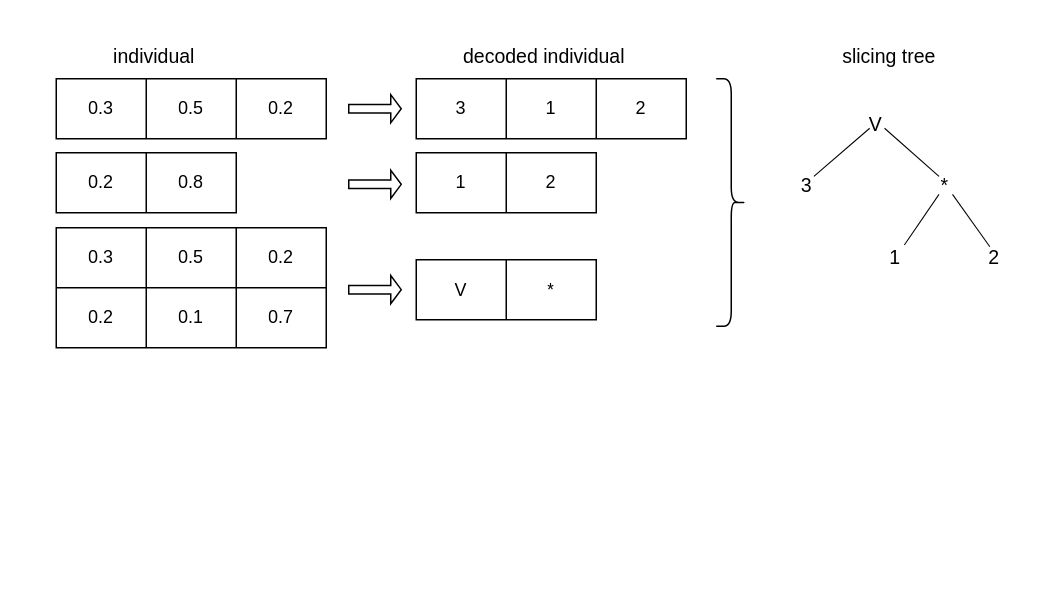
Earlier version of the draw.io diagram src/presentation/img/decoding-step.drawio (TaIos/master-thesis). Source tidied: cells renumbered, new cells numbered last; positions are measured from the earlier drawing's top-left corner, leaving out a move shared by most shapes. Both pictures are drawn from the tidied source at 150%, with x=0, y=0 at pixel (56, 33).
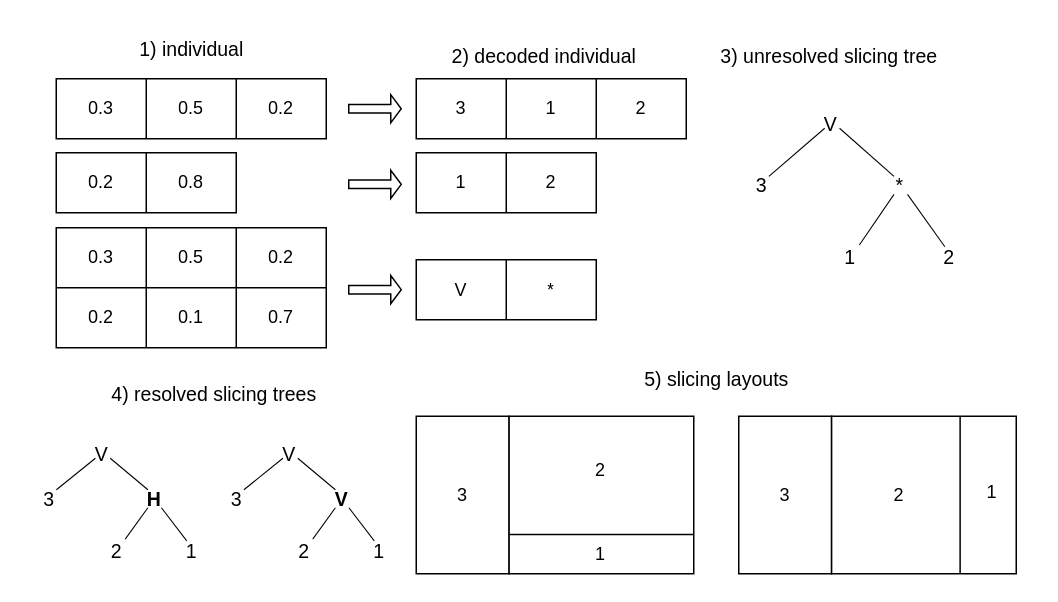
Above is the later version.

The edit, as a diff of the source:
```diff
@@
-    <mxCell id="36" style="shape=curlyBracket;whiteSpace=wrap;html=1;rounded=1;flipH=1;labelPosition=right;verticalLabelPosition=middle;align=left;verticalAlign=middle;" parent="1" vertex="1">
-      <mxGeometry x="440" y="30" width="20" height="165" as="geometry" />
-    </mxCell>
-    <mxCell id="37" value="&lt;font style=&quot;font-size: 13px;&quot;&gt;slicing tree&lt;/font&gt;" style="text;html=1;align=center;verticalAlign=middle;strokeColor=none;fillColor=none;fontSize=13;fontFamily=Helvetica;fontColor=none;" parent="1" vertex="1">
-      <mxGeometry x="510" width="90" height="30" as="geometry" />
+    <mxCell id="37" value="&lt;font style=&quot;font-size: 13px;&quot;&gt;3) unresolved slicing tree&lt;/font&gt;" style="text;html=1;align=center;verticalAlign=middle;strokeColor=none;fillColor=none;fontSize=13;fontFamily=Helvetica;fontColor=none;" parent="1" vertex="1">
+      <mxGeometry x="430" width="170" height="30" as="geometry" />
     </mxCell>
-    <mxCell id="38" value="&lt;font style=&quot;font-size: 13px;&quot;&gt;individual&lt;/font&gt;" style="text;html=1;align=center;verticalAlign=middle;strokeColor=none;fillColor=none;fontSize=13;fontFamily=Helvetica;fontColor=none;" parent="1" vertex="1">
-      <mxGeometry x="25" width="80" height="30" as="geometry" />
+    <mxCell id="38" value="&lt;font style=&quot;font-size: 13px;&quot;&gt;1) individual&lt;/font&gt;" style="text;html=1;align=center;verticalAlign=middle;strokeColor=none;fillColor=none;fontSize=13;fontFamily=Helvetica;fontColor=none;" parent="1" vertex="1">
+      <mxGeometry x="45" y="-5" width="90" height="30" as="geometry" />
     </mxCell>
-    <mxCell id="39" value="decoded individual" style="text;html=1;align=center;verticalAlign=middle;strokeColor=none;fillColor=none;fontSize=13;fontFamily=Helvetica;fontColor=none;" parent="1" vertex="1">
-      <mxGeometry x="260" width="130" height="30" as="geometry" />
+    <mxCell id="39" value="2) decoded individual" style="text;html=1;align=center;verticalAlign=middle;strokeColor=none;fillColor=none;fontSize=13;fontFamily=Helvetica;fontColor=none;" parent="1" vertex="1">
+      <mxGeometry x="250" width="150" height="30" as="geometry" />
     </mxCell>
     <mxCell id="40" style="group;" parent="1" vertex="1">
-      <mxGeometry x="460" y="65" width="190" height="130" as="geometry" />
+      <mxGeometry x="430" y="65" width="190" height="130" as="geometry" />
     </mxCell>
@@
+    <mxCell id="52" style="group;" parent="1" vertex="1">
+      <mxGeometry x="240" y="255" width="185" height="105" as="geometry" />
+    </mxCell>
+    <mxCell id="53" style="rounded=0;whiteSpace=wrap;html=1;" parent="52" vertex="1">
+      <mxGeometry width="61.9" height="105" as="geometry" />
+    </mxCell>
+    <mxCell id="54" style="rounded=0;whiteSpace=wrap;html=1;" parent="52" vertex="1">
+      <mxGeometry x="61.9" width="123.1" height="105" as="geometry" />
+    </mxCell>
+    <mxCell id="55" value="3" style="text;html=1;strokeColor=none;fillColor=none;align=center;verticalAlign=middle;whiteSpace=wrap;rounded=0;" parent="52" vertex="1">
+      <mxGeometry x="7.7" y="42.7" width="46.4" height="19.7" as="geometry" />
+    </mxCell>
+    <mxCell id="56" value="2" style="text;html=1;strokeColor=none;fillColor=none;align=center;verticalAlign=middle;whiteSpace=wrap;rounded=0;" parent="52" vertex="1">
+      <mxGeometry x="100.2" y="26.2" width="46.4" height="19.7" as="geometry" />
+    </mxCell>
+    <mxCell id="57" value="1" style="text;html=1;strokeColor=none;fillColor=none;align=center;verticalAlign=middle;whiteSpace=wrap;rounded=0;" parent="52" vertex="1">
+      <mxGeometry x="100.2" y="83.3" width="46.4" height="17.1" as="geometry" />
+    </mxCell>
+    <mxCell id="58" style="endArrow=none;html=1;rounded=0;exitX=1;exitY=0.75;exitDx=0;exitDy=0;entryX=0;entryY=0.75;entryDx=0;entryDy=0;" parent="52" edge="1" source="54" target="54">
+      <mxGeometry relative="1" as="geometry" />
+    </mxCell>
+    <mxCell id="59" style="group;" parent="1" vertex="1">
+      <mxGeometry x="455" y="255" width="185" height="105" as="geometry" />
+    </mxCell>
+    <mxCell id="60" style="rounded=0;whiteSpace=wrap;html=1;" parent="59" vertex="1">
+      <mxGeometry width="61.9" height="105" as="geometry" />
+    </mxCell>
+    <mxCell id="61" style="rounded=0;whiteSpace=wrap;html=1;" parent="59" vertex="1">
+      <mxGeometry x="61.9" width="123.1" height="105" as="geometry" />
+    </mxCell>
+    <mxCell id="62" value="3" style="text;html=1;strokeColor=none;fillColor=none;align=center;verticalAlign=middle;whiteSpace=wrap;rounded=0;" parent="59" vertex="1">
+      <mxGeometry x="7.7" y="42.7" width="46.4" height="19.7" as="geometry" />
+    </mxCell>
+    <mxCell id="63" value="2" style="text;html=1;strokeColor=none;fillColor=none;align=center;verticalAlign=middle;whiteSpace=wrap;rounded=0;" parent="59" vertex="1">
+      <mxGeometry x="84.4" y="42.7" width="46.4" height="19.7" as="geometry" />
+    </mxCell>
+    <mxCell id="64" value="1" style="text;html=1;strokeColor=none;fillColor=none;align=center;verticalAlign=middle;whiteSpace=wrap;rounded=0;" parent="59" vertex="1">
+      <mxGeometry x="146.3" y="42.7" width="46.4" height="17.1" as="geometry" />
+    </mxCell>
+    <mxCell id="65" style="endArrow=none;html=1;rounded=0;exitX=0.696;exitY=0.997;exitDx=0;exitDy=0;entryX=0.696;entryY=0.001;entryDx=0;entryDy=0;entryPerimeter=0;exitPerimeter=0;" parent="59" edge="1" source="61" target="61">
+      <mxGeometry relative="1" as="geometry" />
+    </mxCell>
+    <mxCell id="66" value="&lt;font style=&quot;font-size: 13px;&quot;&gt;5) slicing layouts&lt;/font&gt;" style="text;html=1;align=center;verticalAlign=middle;strokeColor=none;fillColor=none;fontSize=13;fontFamily=Helvetica;fontColor=none;" parent="1" vertex="1">
+      <mxGeometry x="380" y="215" width="120" height="30" as="geometry" />
+    </mxCell>
+    <mxCell id="67" value="3" style="text;html=1;align=center;verticalAlign=middle;points=[[0.37,0.7,0,0,0],[0.67,0.3,0,0,0],[0.67,0.7,0,0,0]];strokeColor=none;fillColor=none;fontSize=13;fontFamily=Helvetica;fontColor=none;" parent="1" vertex="1">
+      <mxGeometry x="-20" y="295" width="30" height="30" as="geometry" />
+    </mxCell>
+    <mxCell id="68" style="group;" parent="1" vertex="1">
+      <mxGeometry x="15" y="265" width="90" height="95" as="geometry" />
+    </mxCell>
+    <mxCell id="69" value="V" style="text;html=1;align=center;verticalAlign=middle;points=[[0.37,0.6,0,0,0],[0.7,0.6,0,0,0]];strokeColor=none;fillColor=none;fontSize=13;fontFamily=Helvetica;fontColor=none;" parent="68" vertex="1">
+      <mxGeometry width="30" height="30" as="geometry" />
+    </mxCell>
+    <mxCell id="70" value="&lt;b&gt;H&lt;/b&gt;" style="text;html=1;align=center;verticalAlign=middle;points=[[0.37,0.3,0,0,0],[0.37,0.7,0,0,0],[0.67,0.3,0,0,0],[0.67,0.7,0,0,0]];strokeColor=none;fillColor=none;fontSize=13;fontFamily=Helvetica;fontColor=none;" parent="68" vertex="1">
+      <mxGeometry x="35" y="30" width="30" height="30" as="geometry" />
+    </mxCell>
+    <mxCell id="71" style="edgeStyle=none;shape=connector;rounded=0;jettySize=auto;html=1;entryX=0.37;entryY=0.3;entryDx=0;entryDy=0;entryPerimeter=0;labelBackgroundColor=default;strokeColor=default;strokeWidth=0.7;fontFamily=Helvetica;fontSize=13;fontColor=none;endArrow=none;endFill=0;endSize=2;exitX=0.7;exitY=0.6;exitDx=0;exitDy=0;exitPerimeter=0;" parent="68" edge="1" source="69" target="70">
+      <mxGeometry relative="1" as="geometry" />
+    </mxCell>
+    <mxCell id="72" value="2" style="text;html=1;align=center;verticalAlign=middle;points=[[0.7,0.23,0,0,0]];strokeColor=none;fillColor=none;fontSize=13;fontFamily=Helvetica;fontColor=none;" parent="68" vertex="1">
+      <mxGeometry x="10" y="65" width="30" height="30" as="geometry" />
+    </mxCell>
+    <mxCell id="73" style="edgeStyle=none;shape=connector;rounded=0;jettySize=auto;html=1;entryX=0.7;entryY=0.23;entryDx=0;entryDy=0;entryPerimeter=0;labelBackgroundColor=default;strokeColor=default;strokeWidth=0.7;fontFamily=Helvetica;fontSize=13;fontColor=none;endArrow=none;endFill=0;endSize=2;exitX=0.37;exitY=0.7;exitDx=0;exitDy=0;exitPerimeter=0;" parent="68" edge="1" source="70" target="72">
+      <mxGeometry relative="1" as="geometry" />
+    </mxCell>
+    <mxCell id="74" value="1" style="text;html=1;align=center;verticalAlign=middle;points=[[0.4,0.27,0,0,0]];strokeColor=none;fillColor=none;fontSize=13;fontFamily=Helvetica;fontColor=none;" parent="68" vertex="1">
+      <mxGeometry x="60" y="65" width="30" height="30" as="geometry" />
+    </mxCell>
+    <mxCell id="75" style="edgeStyle=none;shape=connector;rounded=0;jettySize=auto;html=1;entryX=0.4;entryY=0.27;entryDx=0;entryDy=0;entryPerimeter=0;labelBackgroundColor=default;strokeColor=default;strokeWidth=0.7;fontFamily=Helvetica;fontSize=13;fontColor=none;endArrow=none;endFill=0;endSize=2;exitX=0.67;exitY=0.7;exitDx=0;exitDy=0;exitPerimeter=0;" parent="68" edge="1" source="70" target="74">
+      <mxGeometry relative="1" as="geometry" />
+    </mxCell>
+    <mxCell id="76" style="edgeStyle=none;shape=connector;rounded=0;jettySize=auto;html=1;entryX=0.67;entryY=0.3;entryDx=0;entryDy=0;entryPerimeter=0;labelBackgroundColor=default;strokeColor=default;strokeWidth=0.7;fontFamily=Helvetica;fontSize=13;fontColor=none;endArrow=none;endFill=0;endSize=2;exitX=0.37;exitY=0.6;exitDx=0;exitDy=0;exitPerimeter=0;" parent="1" edge="1" source="69" target="67">
+      <mxGeometry relative="1" as="geometry" />
+    </mxCell>
+    <mxCell id="77" style="group;" parent="1" vertex="1">
+      <mxGeometry x="105" y="265" width="125" height="95" as="geometry" />
+    </mxCell>
+    <mxCell id="78" value="3" style="text;html=1;align=center;verticalAlign=middle;points=[[0.37,0.7,0,0,0],[0.67,0.3,0,0,0],[0.67,0.7,0,0,0]];strokeColor=none;fillColor=none;fontSize=13;fontFamily=Helvetica;fontColor=none;" parent="77" vertex="1">
+      <mxGeometry y="30" width="30" height="30" as="geometry" />
+    </mxCell>
+    <mxCell id="79" style="group;" parent="77" vertex="1">
+      <mxGeometry x="35" width="90" height="95" as="geometry" />
+    </mxCell>
+    <mxCell id="80" value="V" style="text;html=1;align=center;verticalAlign=middle;points=[[0.37,0.6,0,0,0],[0.7,0.6,0,0,0]];strokeColor=none;fillColor=none;fontSize=13;fontFamily=Helvetica;fontColor=none;" parent="79" vertex="1">
+      <mxGeometry width="30" height="30" as="geometry" />
+    </mxCell>
+    <mxCell id="81" value="&lt;b&gt;V&lt;/b&gt;" style="text;html=1;align=center;verticalAlign=middle;points=[[0.37,0.3,0,0,0],[0.37,0.7,0,0,0],[0.67,0.3,0,0,0],[0.67,0.7,0,0,0]];strokeColor=none;fillColor=none;fontSize=13;fontFamily=Helvetica;fontColor=none;" parent="79" vertex="1">
+      <mxGeometry x="35" y="30" width="30" height="30" as="geometry" />
+    </mxCell>
+    <mxCell id="82" style="edgeStyle=none;shape=connector;rounded=0;jettySize=auto;html=1;entryX=0.37;entryY=0.3;entryDx=0;entryDy=0;entryPerimeter=0;labelBackgroundColor=default;strokeColor=default;strokeWidth=0.7;fontFamily=Helvetica;fontSize=13;fontColor=none;endArrow=none;endFill=0;endSize=2;exitX=0.7;exitY=0.6;exitDx=0;exitDy=0;exitPerimeter=0;" parent="79" edge="1" source="80" target="81">
+      <mxGeometry relative="1" as="geometry" />
+    </mxCell>
+    <mxCell id="83" value="2" style="text;html=1;align=center;verticalAlign=middle;points=[[0.7,0.23,0,0,0]];strokeColor=none;fillColor=none;fontSize=13;fontFamily=Helvetica;fontColor=none;" parent="79" vertex="1">
+      <mxGeometry x="10" y="65" width="30" height="30" as="geometry" />
+    </mxCell>
+    <mxCell id="84" style="edgeStyle=none;shape=connector;rounded=0;jettySize=auto;html=1;entryX=0.7;entryY=0.23;entryDx=0;entryDy=0;entryPerimeter=0;labelBackgroundColor=default;strokeColor=default;strokeWidth=0.7;fontFamily=Helvetica;fontSize=13;fontColor=none;endArrow=none;endFill=0;endSize=2;exitX=0.37;exitY=0.7;exitDx=0;exitDy=0;exitPerimeter=0;" parent="79" edge="1" source="81" target="83">
+      <mxGeometry relative="1" as="geometry" />
+    </mxCell>
+    <mxCell id="85" value="1" style="text;html=1;align=center;verticalAlign=middle;points=[[0.4,0.27,0,0,0]];strokeColor=none;fillColor=none;fontSize=13;fontFamily=Helvetica;fontColor=none;" parent="79" vertex="1">
+      <mxGeometry x="60" y="65" width="30" height="30" as="geometry" />
+    </mxCell>
+    <mxCell id="86" style="edgeStyle=none;shape=connector;rounded=0;jettySize=auto;html=1;entryX=0.4;entryY=0.27;entryDx=0;entryDy=0;entryPerimeter=0;labelBackgroundColor=default;strokeColor=default;strokeWidth=0.7;fontFamily=Helvetica;fontSize=13;fontColor=none;endArrow=none;endFill=0;endSize=2;exitX=0.67;exitY=0.7;exitDx=0;exitDy=0;exitPerimeter=0;" parent="79" edge="1" source="81" target="85">
+      <mxGeometry relative="1" as="geometry" />
+    </mxCell>
+    <mxCell id="87" style="edgeStyle=none;shape=connector;rounded=0;jettySize=auto;html=1;entryX=0.67;entryY=0.3;entryDx=0;entryDy=0;entryPerimeter=0;labelBackgroundColor=default;strokeColor=default;strokeWidth=0.7;fontFamily=Helvetica;fontSize=13;fontColor=none;endArrow=none;endFill=0;endSize=2;exitX=0.37;exitY=0.6;exitDx=0;exitDy=0;exitPerimeter=0;" parent="77" edge="1" source="80" target="78">
+      <mxGeometry relative="1" as="geometry" />
+    </mxCell>
+    <mxCell id="88" value="4) resolved slicing trees" style="text;html=1;align=center;verticalAlign=middle;strokeColor=none;fillColor=none;fontSize=13;fontFamily=Helvetica;fontColor=none;" parent="1" vertex="1">
+      <mxGeometry x="25" y="225" width="160" height="30" as="geometry" />
+    </mxCell>
```
